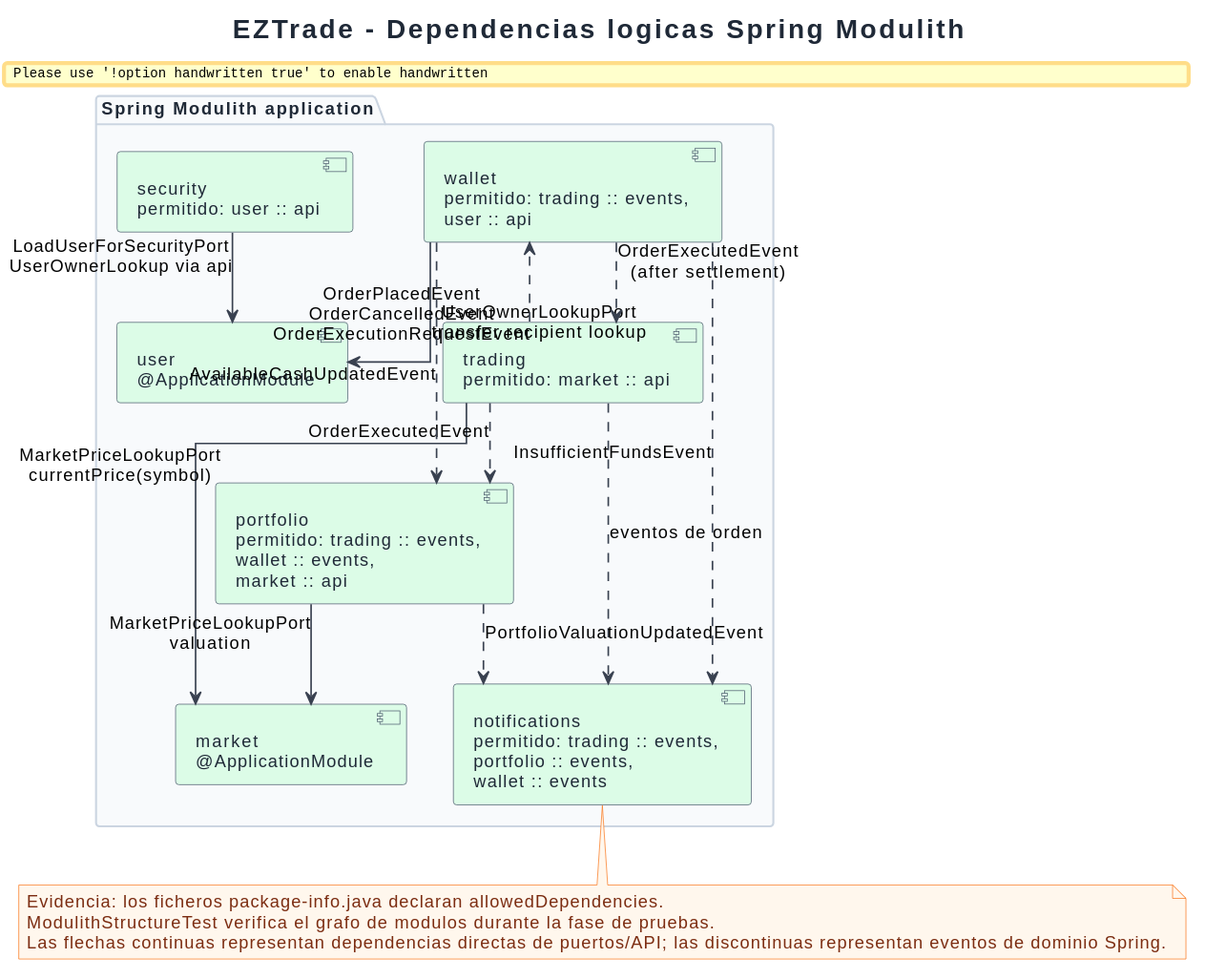
This is EZTrade/docs/engineering-diagrams/01-architecture/rendered/logical-module-dependencies.svg from SergioGarciaRuiz557/EZTrade, a PlantUML export, as it was before one commit.
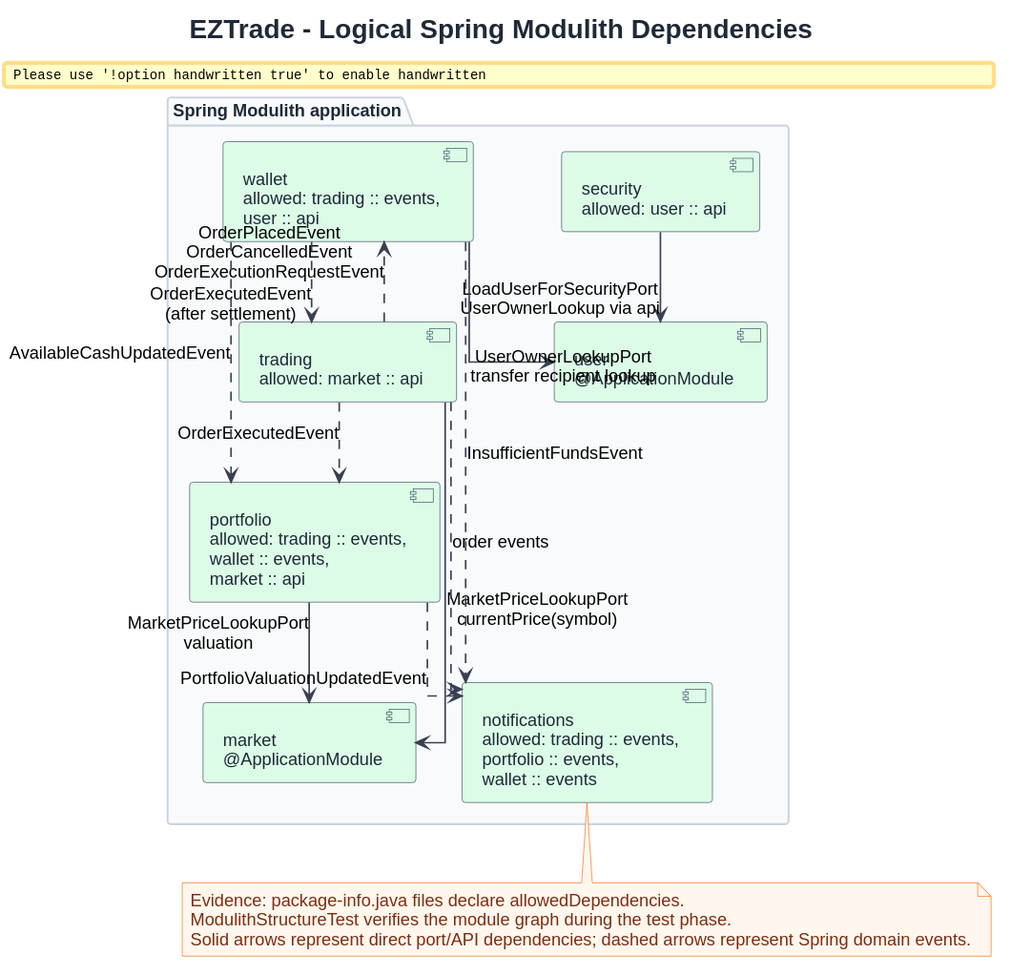
After the change.

What changed in the source:
```diff
@@ -1,16 +1,16 @@
 @startuml
 !include ../../common/eztrade-style.puml
 
-title EZTrade - Dependencias logicas Spring Modulith
+title EZTrade - Logical Spring Modulith Dependencies
 
 package "Spring Modulith application" {
   component "user\n@ApplicationModule" as User EZ_BACKEND
-  component "security\npermitido: user :: api" as Security EZ_BACKEND
+  component "security\nallowed: user :: api" as Security EZ_BACKEND
   component "market\n@ApplicationModule" as Market EZ_BACKEND
-  component "trading\npermitido: market :: api" as Trading EZ_BACKEND
-  component "wallet\npermitido: trading :: events,\nuser :: api" as Wallet EZ_BACKEND
-  component "portfolio\npermitido: trading :: events,\nwallet :: events,\nmarket :: api" as Portfolio EZ_BACKEND
-  component "notifications\npermitido: trading :: events,\nportfolio :: events,\nwallet :: events" as Notifications EZ_BACKEND
+  component "trading\nallowed: market :: api" as Trading EZ_BACKEND
+  component "wallet\nallowed: trading :: events,\nuser :: api" as Wallet EZ_BACKEND
+  component "portfolio\nallowed: trading :: events,\nwallet :: events,\nmarket :: api" as Portfolio EZ_BACKEND
+  component "notifications\nallowed: trading :: events,\nportfolio :: events,\nwallet :: events" as Notifications EZ_BACKEND
 }
 
 Security --> User : LoadUserForSecurityPort\nUserOwnerLookup via api
@@ -22,13 +22,13 @@
 Wallet ..> Trading : OrderExecutedEvent\n(after settlement)
 Trading ..> Portfolio : OrderExecutedEvent
 Wallet ..> Portfolio : AvailableCashUpdatedEvent
-Trading ..> Notifications : eventos de orden
+Trading ..> Notifications : order events
 Wallet ..> Notifications : InsufficientFundsEvent
 Portfolio ..> Notifications : PortfolioValuationUpdatedEvent
 
 note bottom
-Evidencia: los ficheros package-info.java declaran allowedDependencies.
-ModulithStructureTest verifica el grafo de modulos durante la fase de pruebas.
-Las flechas continuas representan dependencias directas de puertos/API; las discontinuas representan eventos de dominio Spring.
+Evidence: package-info.java files declare allowedDependencies.
+ModulithStructureTest verifies the module graph during the test phase.
+Solid arrows represent direct port/API dependencies; dashed arrows represent Spring domain events.
 end note
 @enduml
```
